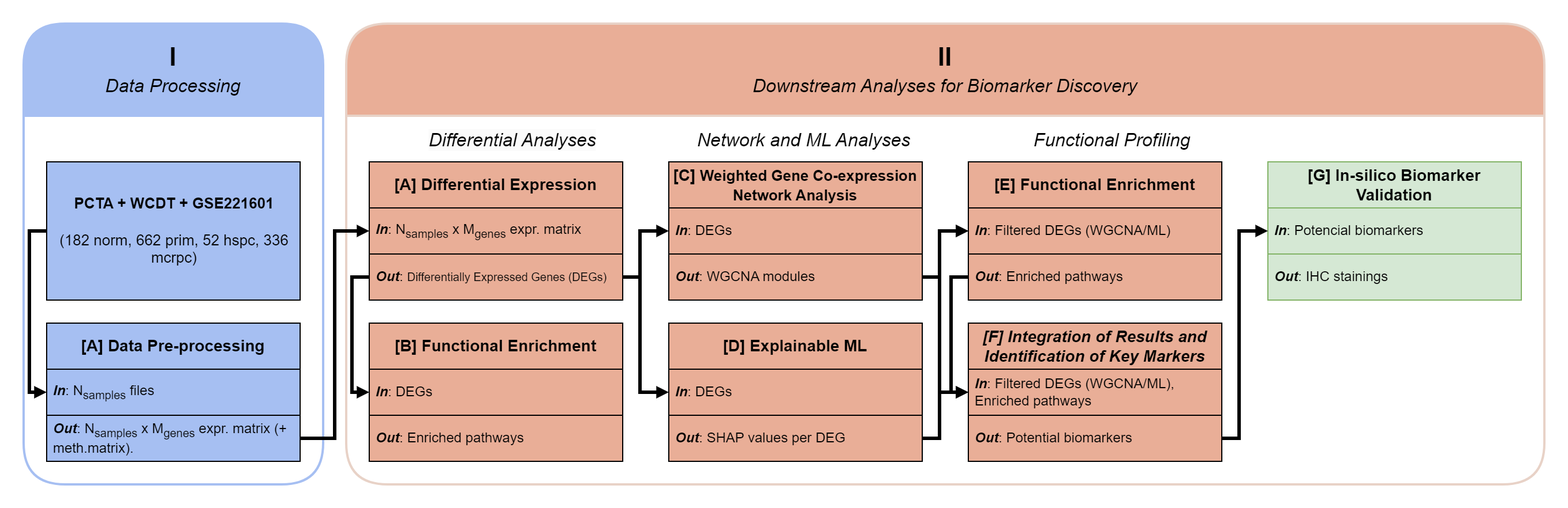
Before: docs/1_workflow.png, a diagram exported from draw.io (CarlosUziel/pca_wgcna_ml). Source tidied: cells renumbered, new cells last; positions are measured from the earlier drawing's top-left corner, leaving out a move shared by most shapes.
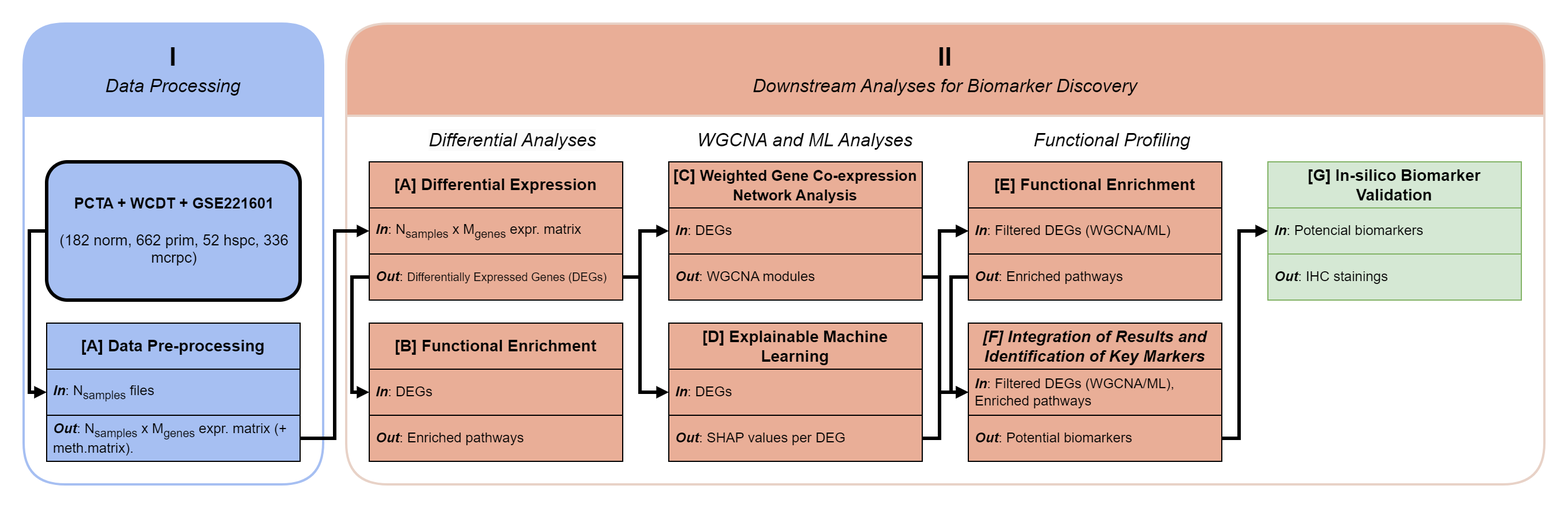
The same diagram one commit later.

Commit message:
Update workflow figure.

The edit, as a diff of the source:
```diff
@@ -27,7 +27,7 @@
     <mxCell id="8" value="&lt;i style=&quot;border-color: var(--border-color);&quot;&gt;&lt;b&gt;Out&lt;/b&gt;&lt;/i&gt;: N&lt;sub style=&quot;border-color: var(--border-color);&quot;&gt;samples&lt;/sub&gt;&amp;nbsp;x M&lt;sub style=&quot;border-color: var(--border-color);&quot;&gt;genes&lt;/sub&gt;&amp;nbsp;expr. matrix (+ meth.matrix)." style="text;strokeColor=default;fillColor=#a6bff2;align=left;verticalAlign=middle;spacingLeft=4;spacingRight=4;overflow=hidden;points=[[0,0.5],[1,0.5]];portConstraint=eastwest;whiteSpace=wrap;html=1;fontSize=12;" parent="6" vertex="1">
       <mxGeometry y="80" width="220" height="40" as="geometry" />
     </mxCell>
-    <mxCell id="9" value="&lt;div style=&quot;border-color: var(--border-color); font-size: 13px; text-align: center;&quot;&gt;&lt;b style=&quot;border-color: var(--border-color);&quot;&gt;PCTA + WCDT + GSE221601&lt;/b&gt;&lt;/div&gt;&lt;div style=&quot;border-color: var(--border-color); font-size: 13px; text-align: center;&quot;&gt;&lt;b style=&quot;border-color: var(--border-color);&quot;&gt;&lt;br style=&quot;border-color: var(--border-color);&quot;&gt;&lt;/b&gt;&lt;/div&gt;&lt;div style=&quot;border-color: var(--border-color); font-size: 13px; text-align: center;&quot;&gt;(182 norm, 662 prim, 52 hspc, 336 mcrpc)&lt;/div&gt;" style="text;strokeColor=default;fillColor=#A6BFF2;align=left;verticalAlign=middle;spacingLeft=4;spacingRight=4;overflow=hidden;points=[[0,0.5],[1,0.5]];portConstraint=eastwest;whiteSpace=wrap;html=1;fontSize=12;gradientColor=none;" parent="4" vertex="1">
+    <mxCell id="9" value="&lt;div style=&quot;border-color: var(--border-color); font-size: 13px; text-align: center;&quot;&gt;&lt;b style=&quot;border-color: var(--border-color);&quot;&gt;PCTA + WCDT + GSE221601&lt;/b&gt;&lt;/div&gt;&lt;div style=&quot;border-color: var(--border-color); font-size: 13px; text-align: center;&quot;&gt;&lt;b style=&quot;border-color: var(--border-color);&quot;&gt;&lt;br style=&quot;border-color: var(--border-color);&quot;&gt;&lt;/b&gt;&lt;/div&gt;&lt;div style=&quot;border-color: var(--border-color); font-size: 13px; text-align: center;&quot;&gt;(182 norm, 662 prim, 52 hspc, 336 mcrpc)&lt;/div&gt;" style="text;strokeColor=default;fillColor=#A6BFF2;align=left;verticalAlign=middle;spacingLeft=4;spacingRight=4;overflow=hidden;points=[[0,0.5],[1,0.5]];portConstraint=eastwest;whiteSpace=wrap;html=1;fontSize=12;gradientColor=none;rounded=1;shadow=0;strokeWidth=3;" parent="4" vertex="1">
       <mxGeometry x="20" y="120" width="220" height="120" as="geometry" />
     </mxCell>
     <mxCell id="10" style="edgeStyle=none;html=1;exitX=0;exitY=0.5;exitDx=0;exitDy=0;rounded=0;strokeWidth=3;strokeColor=default;jumpStyle=arc;endSize=3;startSize=3;endArrow=block;endFill=1;entryX=0;entryY=0.5;entryDx=0;entryDy=0;" parent="4" edge="1" source="9" target="7">
@@ -44,7 +44,7 @@
     <mxCell id="12" value="&lt;div style=&quot;border-color: var(--border-color); color: rgb(0, 0, 0); font-family: Helvetica; font-style: normal; font-variant-ligatures: normal; font-variant-caps: normal; font-weight: 700; letter-spacing: normal; orphans: 2; text-align: center; text-indent: 0px; text-transform: none; widows: 2; word-spacing: 0px; -webkit-text-stroke-width: 0px; background-color: rgb(251, 251, 251); text-decoration-thickness: initial; text-decoration-style: initial; text-decoration-color: initial; font-size: 16px;&quot;&gt;&lt;i style=&quot;border-color: var(--border-color); font-weight: normal;&quot;&gt;Differential&amp;nbsp;&lt;/i&gt;&lt;i style=&quot;border-color: var(--border-color); font-weight: normal;&quot;&gt;Analyses&lt;/i&gt;&lt;/div&gt;" style="text;whiteSpace=wrap;html=1;fillColor=default;" parent="11" vertex="1">
       <mxGeometry x="70" y="85" width="150" height="30" as="geometry" />
     </mxCell>
-    <mxCell id="13" value="&lt;div style=&quot;text-align: center;&quot;&gt;&lt;span style=&quot;background-color: initial; font-size: 16px;&quot;&gt;&lt;i&gt;Network and ML Analyses&lt;/i&gt;&lt;/span&gt;&lt;/div&gt;" style="text;whiteSpace=wrap;html=1;fillColor=default;" parent="11" vertex="1">
+    <mxCell id="13" value="&lt;div style=&quot;text-align: center;&quot;&gt;&lt;span style=&quot;background-color: initial; font-size: 16px;&quot;&gt;&lt;i&gt;WGCNA and ML Analyses&lt;/i&gt;&lt;/span&gt;&lt;/div&gt;" style="text;whiteSpace=wrap;html=1;fillColor=default;" parent="11" vertex="1">
       <mxGeometry x="302.5" y="85" width="195" height="30" as="geometry" />
     </mxCell>
     <mxCell id="14" value="&lt;i style=&quot;border-color: var(--border-color); color: rgb(0, 0, 0); font-family: Helvetica; font-size: 16px; font-variant-ligatures: normal; font-variant-caps: normal; font-weight: 700; letter-spacing: normal; orphans: 2; text-align: center; text-indent: 0px; text-transform: none; widows: 2; word-spacing: 0px; -webkit-text-stroke-width: 0px; background-color: initial; text-decoration-thickness: initial; text-decoration-style: initial; text-decoration-color: initial;&quot;&gt;&lt;span style=&quot;border-color: var(--border-color); font-weight: normal;&quot;&gt;Functional Profiling&lt;/span&gt;&lt;/i&gt;" style="text;whiteSpace=wrap;html=1;fillColor=default;" parent="11" vertex="1">
@@ -77,7 +77,7 @@
     <mxCell id="23" value="&lt;i style=&quot;border-color: var(--border-color);&quot;&gt;&lt;b&gt;Out&lt;/b&gt;&lt;/i&gt;: WGCNA modules" style="text;strokeColor=default;fillColor=#E9AE97;align=left;verticalAlign=middle;spacingLeft=4;spacingRight=4;overflow=hidden;points=[[0,0.5],[1,0.5]];portConstraint=eastwest;whiteSpace=wrap;html=1;fontSize=12;" parent="21" vertex="1">
       <mxGeometry y="80" width="220" height="40" as="geometry" />
     </mxCell>
-    <mxCell id="24" value="&lt;div style=&quot;border-color: var(--border-color); font-size: 14px;&quot;&gt;&lt;div style=&quot;border-color: var(--border-color); font-size: 12px;&quot;&gt;&lt;div style=&quot;border-color: var(--border-color); font-size: 14px;&quot;&gt;&lt;div style=&quot;border-color: var(--border-color);&quot;&gt;&lt;span style=&quot;border-color: var(--border-color);&quot;&gt;&lt;b&gt;[D] Explainable ML&lt;br&gt;&lt;/b&gt;&lt;/span&gt;&lt;/div&gt;&lt;/div&gt;&lt;/div&gt;&lt;/div&gt;" style="swimlane;fontStyle=0;horizontal=1;startSize=40;whiteSpace=wrap;html=1;fontSize=12;strokeColor=#000000;fillColor=#E9AE97;" parent="11" vertex="1">
+    <mxCell id="24" value="&lt;div style=&quot;border-color: var(--border-color); font-size: 14px;&quot;&gt;&lt;div style=&quot;border-color: var(--border-color); font-size: 12px;&quot;&gt;&lt;div style=&quot;border-color: var(--border-color); font-size: 14px;&quot;&gt;&lt;div style=&quot;border-color: var(--border-color);&quot;&gt;&lt;span style=&quot;border-color: var(--border-color);&quot;&gt;&lt;b&gt;[D] Explainable Machine Learning&lt;br&gt;&lt;/b&gt;&lt;/span&gt;&lt;/div&gt;&lt;/div&gt;&lt;/div&gt;&lt;/div&gt;" style="swimlane;fontStyle=0;horizontal=1;startSize=40;whiteSpace=wrap;html=1;fontSize=12;strokeColor=#000000;fillColor=#E9AE97;" parent="11" vertex="1">
       <mxGeometry x="280" y="260" width="220" height="120" as="geometry" />
     </mxCell>
     <mxCell id="25" value="&lt;i&gt;&lt;b&gt;In&lt;/b&gt;&lt;/i&gt;: DEGs" style="text;strokeColor=default;fillColor=#E9AE97;align=left;verticalAlign=middle;spacingLeft=4;spacingRight=4;overflow=hidden;points=[[0,0.5],[1,0.5]];portConstraint=eastwest;whiteSpace=wrap;html=1;fontSize=12;gradientColor=none;" parent="24" vertex="1">
```
